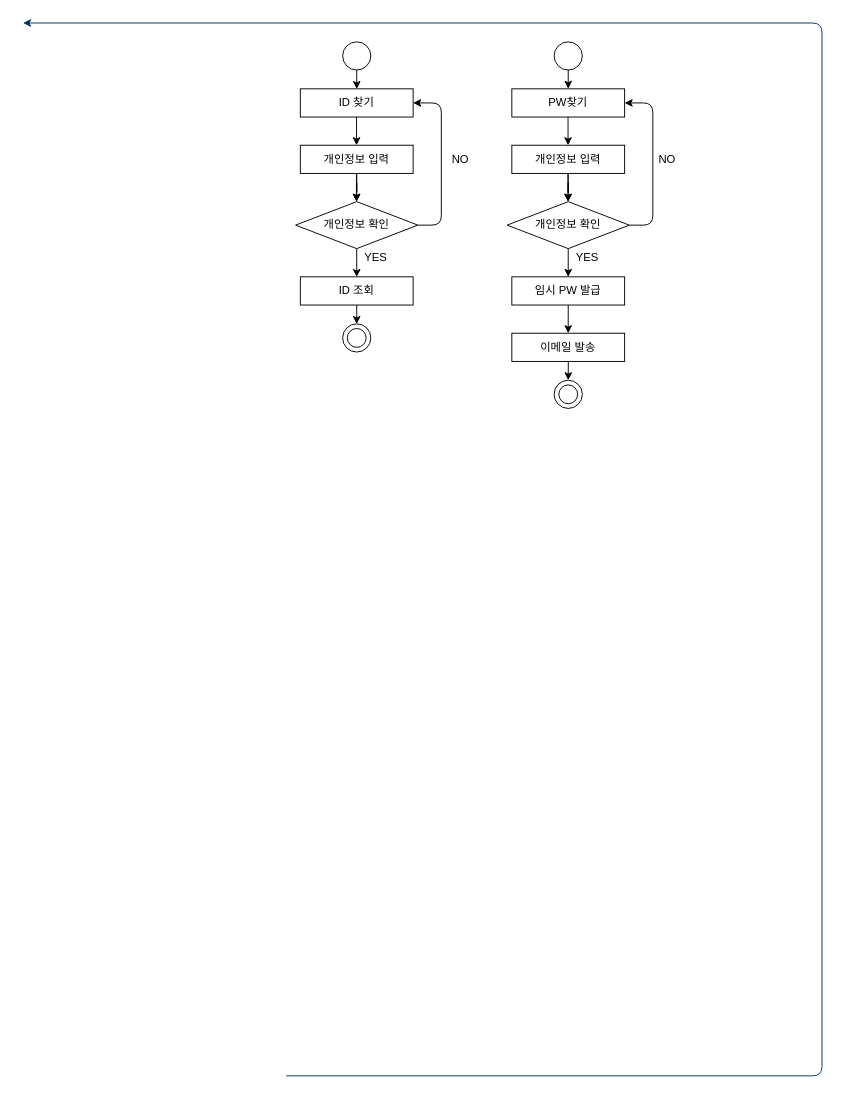
The draw.io diagram 네비게이션 흐름도/아이디 비밀번호 찾기.drawio in snowskyblue/-, before the edit. Source tidied: cells renumbered, new cells numbered last; positions are measured from the earlier drawing's top-left corner, leaving out a move shared by most shapes. Both pictures are drawn from the tidied source at 94%, with x=0, y=0 at pixel (23, 23).
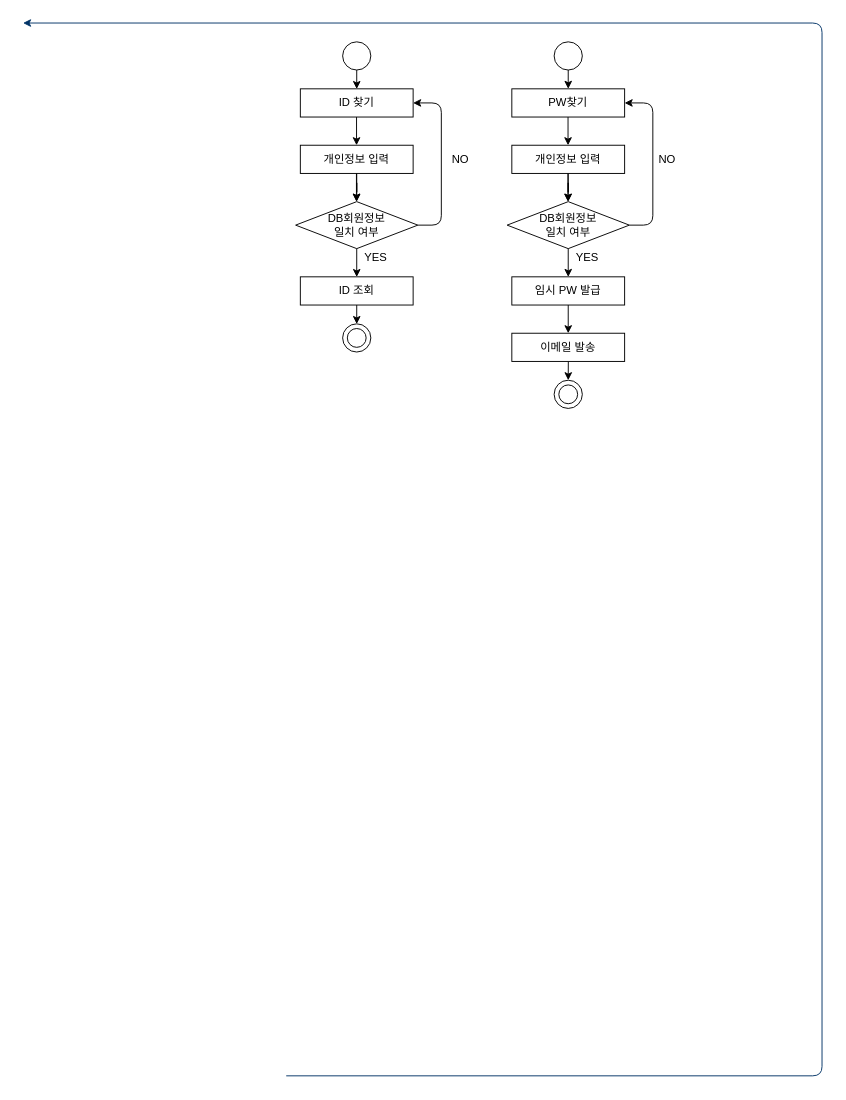
After the change.

Diff of the diagram source:
```diff
@@
-    <mxCell id="7" value="개인정보 확인" style="rhombus;whiteSpace=wrap;html=1;" parent="1" vertex="1">
+    <mxCell id="7" value="DB회원정보&lt;br&gt;일치 여부" style="rhombus;whiteSpace=wrap;html=1;" parent="1" vertex="1">
       <mxGeometry x="515" y="190" width="130" height="50" as="geometry" />
     </mxCell>
@@
-    <mxCell id="23" value="개인정보 확인" style="rhombus;whiteSpace=wrap;html=1;" parent="1" vertex="1">
+    <mxCell id="23" value="DB회원정보&lt;br&gt;일치 여부" style="rhombus;whiteSpace=wrap;html=1;" parent="1" vertex="1">
       <mxGeometry x="290" y="190" width="130" height="50" as="geometry" />
     </mxCell>
```
